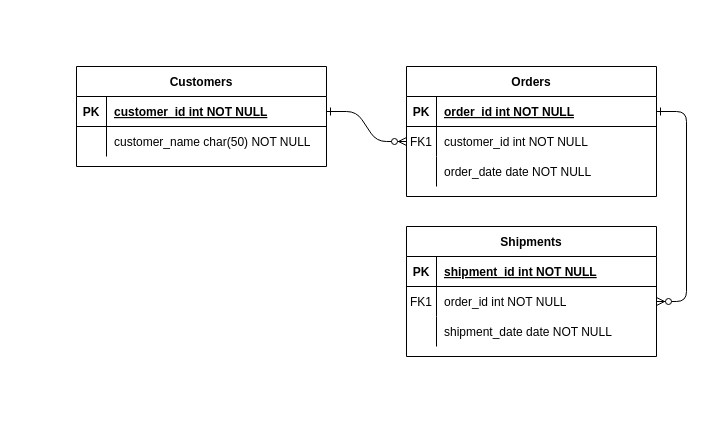
The draw.io diagram Untitled Diagram.drawio in Dawid-Deszcz/Experiment2, before the edit. Source tidied: cells renumbered, new cells numbered last; positions are measured from the earlier drawing's top-left corner, leaving out a move shared by most shapes. Both pictures are drawn from the tidied source at 100%, with x=0, y=0 at pixel (76, 66).
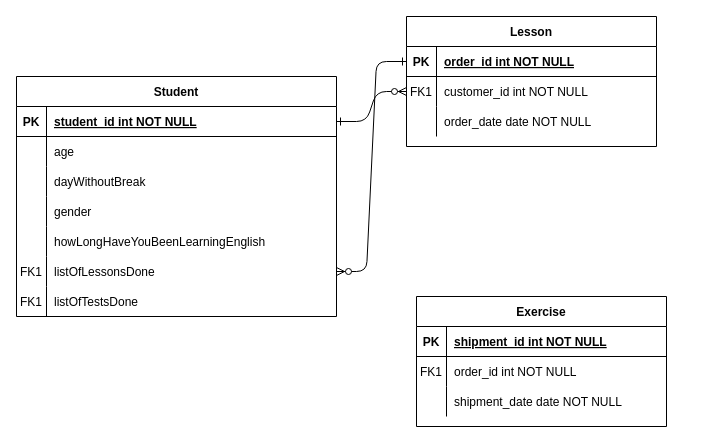
The same diagram, later.

Unchanged cells that the change refers to:
```xml
<mxCell id="5" style="shape=partialRectangle;fillColor=none;points=[[0,0.5],[1,0.5]];portConstraint=eastwest;top=0;left=0;right=0;bottom=1;" parent="4" vertex="1">
  <mxGeometry y="30" width="250" height="30" as="geometry" />
</mxCell>
<mxCell id="18" style="shape=partialRectangle;fillColor=none;points=[[0,0.5],[1,0.5]];portConstraint=eastwest;top=0;left=0;right=0;bottom=0;" parent="14" vertex="1">
  <mxGeometry y="60" width="250" height="30" as="geometry" />
</mxCell>
```

What changed in the source:
```diff
@@
-    <mxCell id="3" style="edgeStyle=entityRelationEdgeStyle;endArrow=ERzeroToMany;startArrow=ERone;endFill=1;startFill=0;" parent="1" edge="1" source="5" target="18">
+    <mxCell id="3" style="edgeStyle=entityRelationEdgeStyle;endArrow=ERzeroToMany;startArrow=ERone;endFill=1;startFill=0;entryX=1;entryY=0.5;entryDx=0;entryDy=0;" parent="1" edge="1" source="5" target="40">
       <mxGeometry relative="1" as="geometry" />
     </mxCell>
-    <mxCell id="4" value="Orders" style="shape=table;startSize=30;childLayout=tableLayout;rowLines=0;fontStyle=1;align=center;" parent="1" vertex="1">
-      <mxGeometry x="330" width="250" height="130" as="geometry" />
+    <mxCell id="4" value="Lesson" style="shape=table;startSize=30;childLayout=tableLayout;rowLines=0;fontStyle=1;align=center;" parent="1" vertex="1">
+      <mxGeometry x="330" y="-50" width="250" height="130" as="geometry" />
     </mxCell>
@@
-    <mxCell id="14" value="Shipments" style="shape=table;startSize=30;childLayout=tableLayout;rowLines=0;fontStyle=1;align=center;" parent="1" vertex="1">
-      <mxGeometry x="330" y="160" width="250" height="130" as="geometry" />
+    <mxCell id="14" value="Exercise" style="shape=table;startSize=30;childLayout=tableLayout;rowLines=0;fontStyle=1;align=center;" parent="1" vertex="1">
+      <mxGeometry x="340" y="230" width="250" height="130" as="geometry" />
     </mxCell>
@@
-    <mxCell id="24" value="Customers" style="shape=table;startSize=30;childLayout=tableLayout;rowLines=0;fontStyle=1;align=center;" parent="1" vertex="1">
-      <mxGeometry width="250" height="100" as="geometry" />
+    <mxCell id="24" value="Student" style="shape=table;startSize=30;childLayout=tableLayout;rowLines=0;fontStyle=1;align=center;" parent="1" vertex="1">
+      <mxGeometry x="-60" y="10" width="320" height="240" as="geometry" />
     </mxCell>
     <mxCell id="25" style="shape=partialRectangle;fillColor=none;points=[[0,0.5],[1,0.5]];portConstraint=eastwest;top=0;left=0;right=0;bottom=1;" parent="24" vertex="1">
-      <mxGeometry y="30" width="250" height="30" as="geometry" />
+      <mxGeometry y="30" width="320" height="30" as="geometry" />
     </mxCell>
@@
-    <mxCell id="27" value="customer_id int NOT NULL " style="shape=partialRectangle;overflow=hidden;fillColor=none;top=0;left=0;bottom=0;right=0;align=left;spacingLeft=6;fontStyle=5;" parent="25" vertex="1">
-      <mxGeometry x="30" width="220" height="30" as="geometry" />
+    <mxCell id="27" value="student_id int NOT NULL " style="shape=partialRectangle;overflow=hidden;fillColor=none;top=0;left=0;bottom=0;right=0;align=left;spacingLeft=6;fontStyle=5;" parent="25" vertex="1">
+      <mxGeometry x="30" width="290" height="30" as="geometry" />
     </mxCell>
     <mxCell id="28" style="shape=partialRectangle;fillColor=none;top=0;left=0;right=0;bottom=0;" parent="24" vertex="1">
-      <mxGeometry y="60" width="250" height="30" as="geometry" />
+      <mxGeometry y="60" width="320" height="30" as="geometry" />
     </mxCell>
@@
-    <mxCell id="30" value="customer_name char(50) NOT NULL" style="shape=partialRectangle;overflow=hidden;fillColor=none;top=0;left=0;bottom=0;right=0;align=left;spacingLeft=6;" parent="28" vertex="1">
-      <mxGeometry x="30" width="220" height="30" as="geometry" />
+    <mxCell id="30" value="age   " style="shape=partialRectangle;overflow=hidden;fillColor=none;top=0;left=0;bottom=0;right=0;align=left;spacingLeft=6;" parent="28" vertex="1">
+      <mxGeometry x="30" width="290" height="30" as="geometry" />
     </mxCell>
+    <mxCell id="31" style="shape=partialRectangle;fillColor=none;top=0;left=0;right=0;bottom=0;" parent="24" vertex="1">
+      <mxGeometry y="90" width="320" height="30" as="geometry" />
+    </mxCell>
+    <mxCell id="32" style="shape=partialRectangle;overflow=hidden;fillColor=none;top=0;left=0;bottom=0;right=0;" parent="31" vertex="1">
+      <mxGeometry width="30" height="30" as="geometry" />
+    </mxCell>
+    <mxCell id="33" value="dayWithoutBreak" style="shape=partialRectangle;overflow=hidden;fillColor=none;top=0;left=0;bottom=0;right=0;align=left;spacingLeft=6;" parent="31" vertex="1">
+      <mxGeometry x="30" width="290" height="30" as="geometry" />
+    </mxCell>
+    <mxCell id="34" style="shape=partialRectangle;fillColor=none;top=0;left=0;right=0;bottom=0;" parent="24" vertex="1">
+      <mxGeometry y="120" width="320" height="30" as="geometry" />
+    </mxCell>
+    <mxCell id="35" style="shape=partialRectangle;overflow=hidden;fillColor=none;top=0;left=0;bottom=0;right=0;" parent="34" vertex="1">
+      <mxGeometry width="30" height="30" as="geometry" />
+    </mxCell>
+    <mxCell id="36" value="gender" style="shape=partialRectangle;overflow=hidden;fillColor=none;top=0;left=0;bottom=0;right=0;align=left;spacingLeft=6;" parent="34" vertex="1">
+      <mxGeometry x="30" width="290" height="30" as="geometry" />
+    </mxCell>
+    <mxCell id="37" style="shape=partialRectangle;fillColor=none;top=0;left=0;right=0;bottom=0;" parent="24" vertex="1">
+      <mxGeometry y="150" width="320" height="30" as="geometry" />
+    </mxCell>
+    <mxCell id="38" style="shape=partialRectangle;overflow=hidden;fillColor=none;top=0;left=0;bottom=0;right=0;" parent="37" vertex="1">
+      <mxGeometry width="30" height="30" as="geometry" />
+    </mxCell>
+    <mxCell id="39" value="howLongHaveYouBeenLearningEnglish" style="shape=partialRectangle;overflow=hidden;fillColor=none;top=0;left=0;bottom=0;right=0;align=left;spacingLeft=6;" parent="37" vertex="1">
+      <mxGeometry x="30" width="290" height="30" as="geometry" />
+    </mxCell>
+    <mxCell id="40" style="shape=partialRectangle;fillColor=none;points=[[0,0.5],[1,0.5]];portConstraint=eastwest;top=0;left=0;right=0;bottom=0;" parent="24" vertex="1">
+      <mxGeometry y="180" width="320" height="30" as="geometry" />
+    </mxCell>
+    <mxCell id="41" value="FK1" style="shape=partialRectangle;overflow=hidden;fillColor=none;top=0;left=0;bottom=0;right=0;" parent="40" vertex="1">
+      <mxGeometry width="30" height="30" as="geometry" />
+    </mxCell>
+    <mxCell id="42" value="listOfLessonsDone" style="shape=partialRectangle;overflow=hidden;fillColor=none;top=0;left=0;bottom=0;right=0;align=left;spacingLeft=6;" parent="40" vertex="1">
+      <mxGeometry x="30" width="290" height="30" as="geometry" />
+    </mxCell>
+    <mxCell id="43" style="shape=partialRectangle;fillColor=none;top=0;left=0;right=0;bottom=0;" parent="24" vertex="1">
+      <mxGeometry y="210" width="320" height="30" as="geometry" />
+    </mxCell>
+    <mxCell id="44" value="FK1" style="shape=partialRectangle;overflow=hidden;fillColor=none;top=0;left=0;bottom=0;right=0;" parent="43" vertex="1">
+      <mxGeometry width="30" height="30" as="geometry" />
+    </mxCell>
+    <mxCell id="45" value="listOfTestsDone" style="shape=partialRectangle;overflow=hidden;fillColor=none;top=0;left=0;bottom=0;right=0;align=left;spacingLeft=6;" parent="43" vertex="1">
+      <mxGeometry x="30" width="290" height="30" as="geometry" />
+    </mxCell>
```
